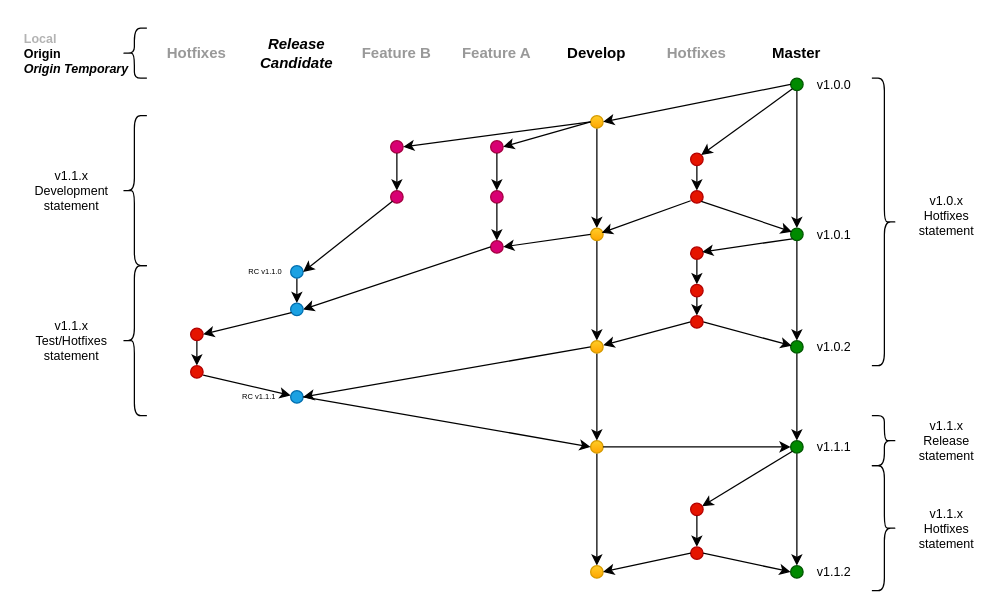
This is page "Page-1" (1 of 2) of gitflow1.drawio from bigkernel/docs, a draw.io file, before an edit. Source tidied: cells renumbered, new cells numbered last; positions are measured from the earlier drawing's top-left corner, leaving out a move shared by most shapes. Both pictures are drawn from the tidied source at 125%, with x=0, y=0 at pixel (21, 21).
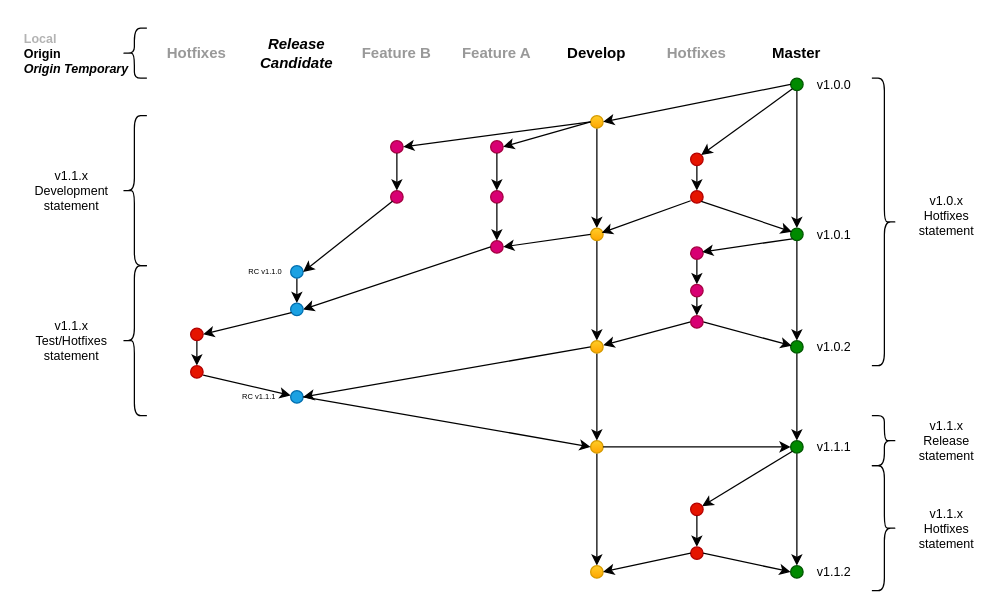
After the change.

The edit, as a diff of the source:
```diff
@@
-    <mxCell id="55" style="ellipse;whiteSpace=wrap;html=1;fillColor=#e51400;strokeColor=#B20000;fontColor=#ffffff;" parent="1" vertex="1">
+    <mxCell id="55" style="ellipse;whiteSpace=wrap;html=1;fillColor=#d80073;strokeColor=#A50040;fontColor=#ffffff;" parent="1" vertex="1">
       <mxGeometry x="535" y="180" width="10" height="10" as="geometry" />
     </mxCell>
@@
-    <mxCell id="87" style="ellipse;whiteSpace=wrap;html=1;fillColor=#e51400;strokeColor=#B20000;fontColor=#ffffff;" parent="1" vertex="1">
+    <mxCell id="87" style="ellipse;whiteSpace=wrap;html=1;fillColor=#d80073;strokeColor=#A50040;fontColor=#ffffff;" parent="1" vertex="1">
       <mxGeometry x="535" y="210" width="10" height="10" as="geometry" />
     </mxCell>
-    <mxCell id="88" style="ellipse;whiteSpace=wrap;html=1;fillColor=#e51400;strokeColor=#B20000;fontColor=#ffffff;" parent="1" vertex="1">
+    <mxCell id="88" style="ellipse;whiteSpace=wrap;html=1;fillColor=#d80073;strokeColor=#A50040;fontColor=#ffffff;" parent="1" vertex="1">
       <mxGeometry x="535" y="235" width="10" height="10" as="geometry" />
     </mxCell>
```
